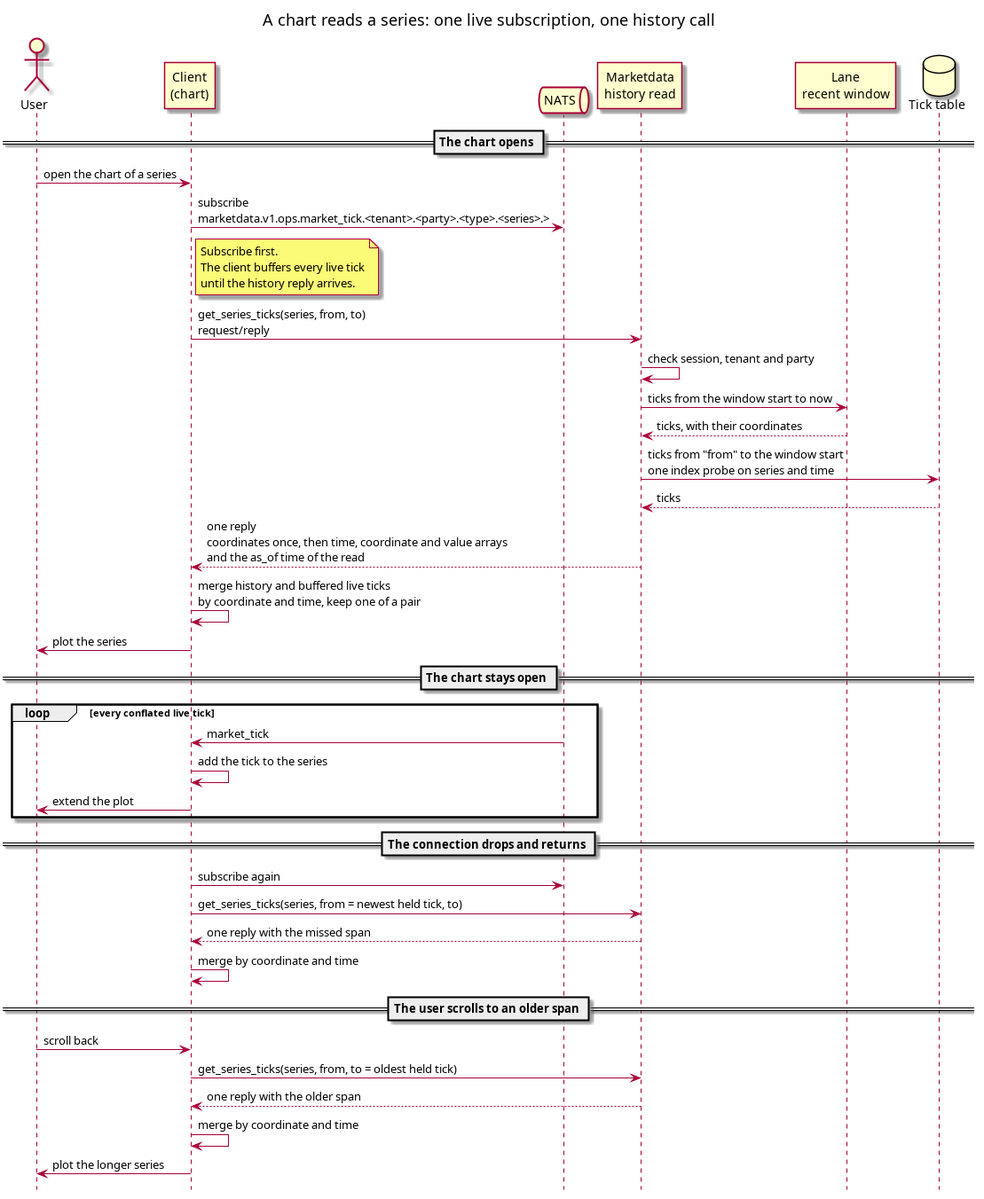
OreStudio/OreStudio keeps this PlantUML diagram as doc/knowledge/architecture/a_chart_reads_a_series_in_two_calls.png. Above is the earlier version. Its source is kept beside it as doc/knowledge/architecture/a_chart_reads_a_series_in_two_calls.puml. Its diagram source:
```plantuml
@startuml

title A chart reads a series: one live subscription, one history call

hide footbox
skinparam sequenceMessageAlign left

actor "User" as u
participant "Client\n(chart)" as c
queue "NATS" as n
participant "Marketdata\nhistory read" as h
participant "Lane\nrecent window" as w
database "Tick table" as s

== The chart opens ==

u -> c : open the chart of a series
c -> n : subscribe\nmarketdata.v1.ops.market_tick.<tenant>.<party>.<type>.<series>.>
note right of c
  Subscribe first.
  The client buffers every live tick
  until the history reply arrives.
end note

c -> h : get_series_ticks(series, from, to)\nrequest/reply
h -> h : check session, tenant and party
h -> w : ticks from the window start to now
w --> h : ticks, with their coordinates
h -> s : ticks from "from" to the window start\none index probe on series and time
s --> h : ticks
h --> c : one reply\ncoordinates once, then time, coordinate and value arrays\nand the as_of time of the read

c -> c : merge history and buffered live ticks\nby coordinate and time, keep one of a pair
c -> u : plot the series

== The chart stays open ==

loop every conflated live tick
    n -> c : market_tick
    c -> c : add the tick to the series
    c -> u : extend the plot
end

== The connection drops and returns ==

c -> n : subscribe again
c -> h : get_series_ticks(series, from = newest held tick, to)
h --> c : one reply with the missed span
c -> c : merge by coordinate and time

== The user scrolls to an older span ==

u -> c : scroll back
c -> h : get_series_ticks(series, from, to = oldest held tick)
h --> c : one reply with the older span
c -> c : merge by coordinate and time
c -> u : plot the longer series

@enduml
```
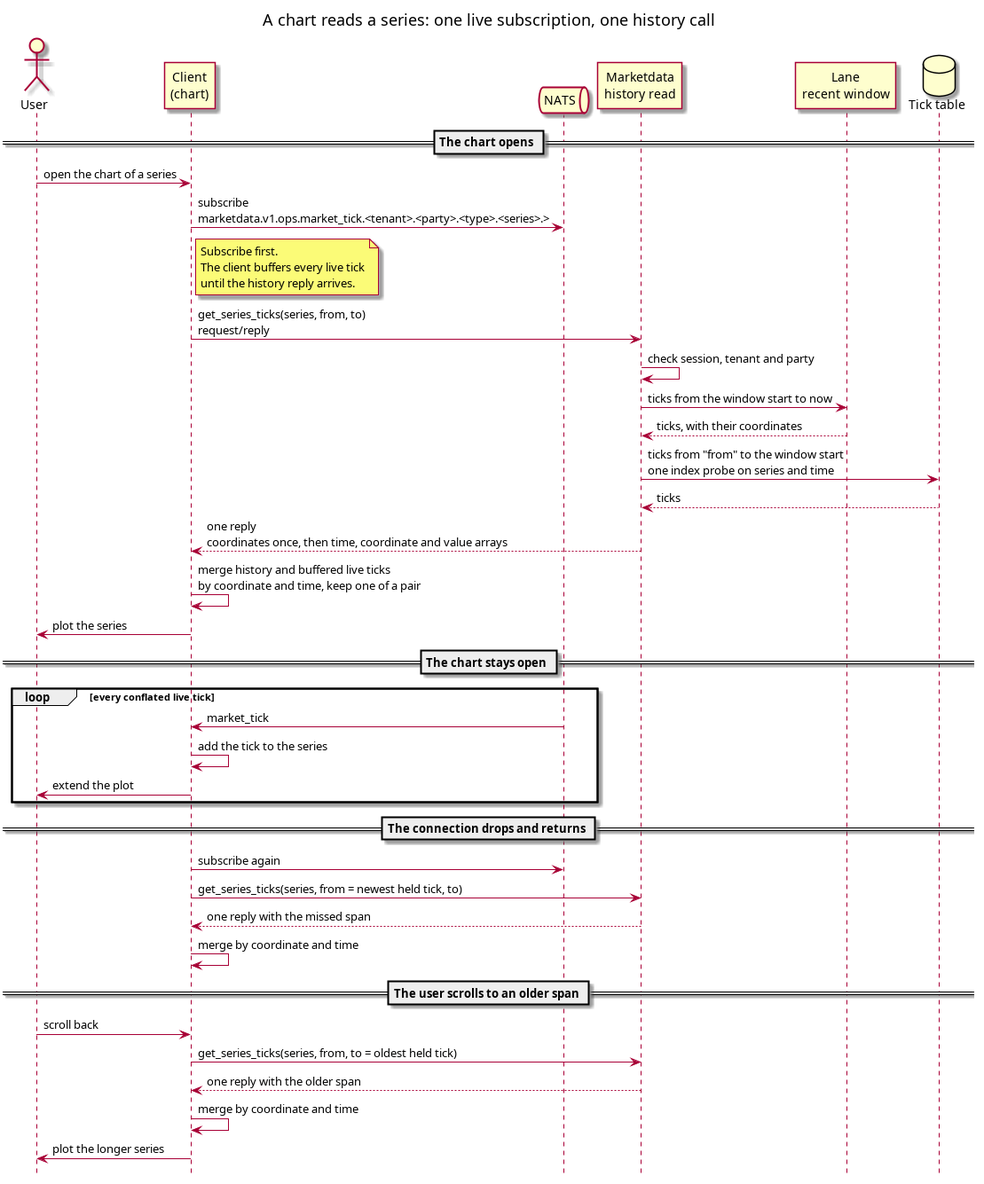
After the change.

Commit message:
[marketdata] Answer the review of the tick read pages

Change to the diagram source:
```diff
@@ -28,7 +28,7 @@
 w --> h : ticks, with their coordinates
 h -> s : ticks from "from" to the window start\none index probe on series and time
 s --> h : ticks
-h --> c : one reply\ncoordinates once, then time, coordinate and value arrays\nand the as_of time of the read
+h --> c : one reply\ncoordinates once, then time, coordinate and value arrays
 
 c -> c : merge history and buffered live ticks\nby coordinate and time, keep one of a pair
 c -> u : plot the series
```
